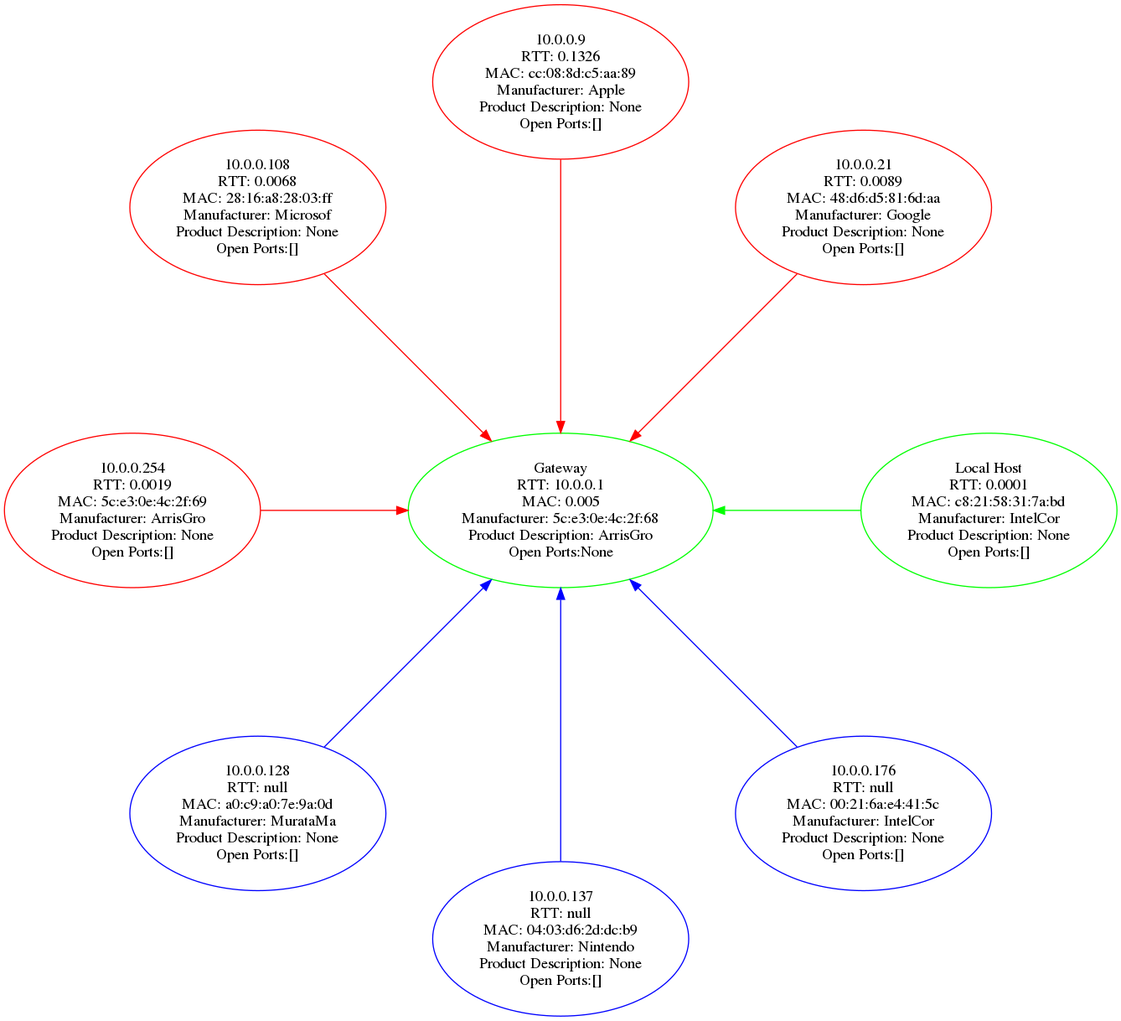
rozelie/myNet keeps this Graphviz diagram as graphviz/LANvis.gv.png. Above is the earlier version. Its source is kept beside it as graphviz/LANvis.gv.
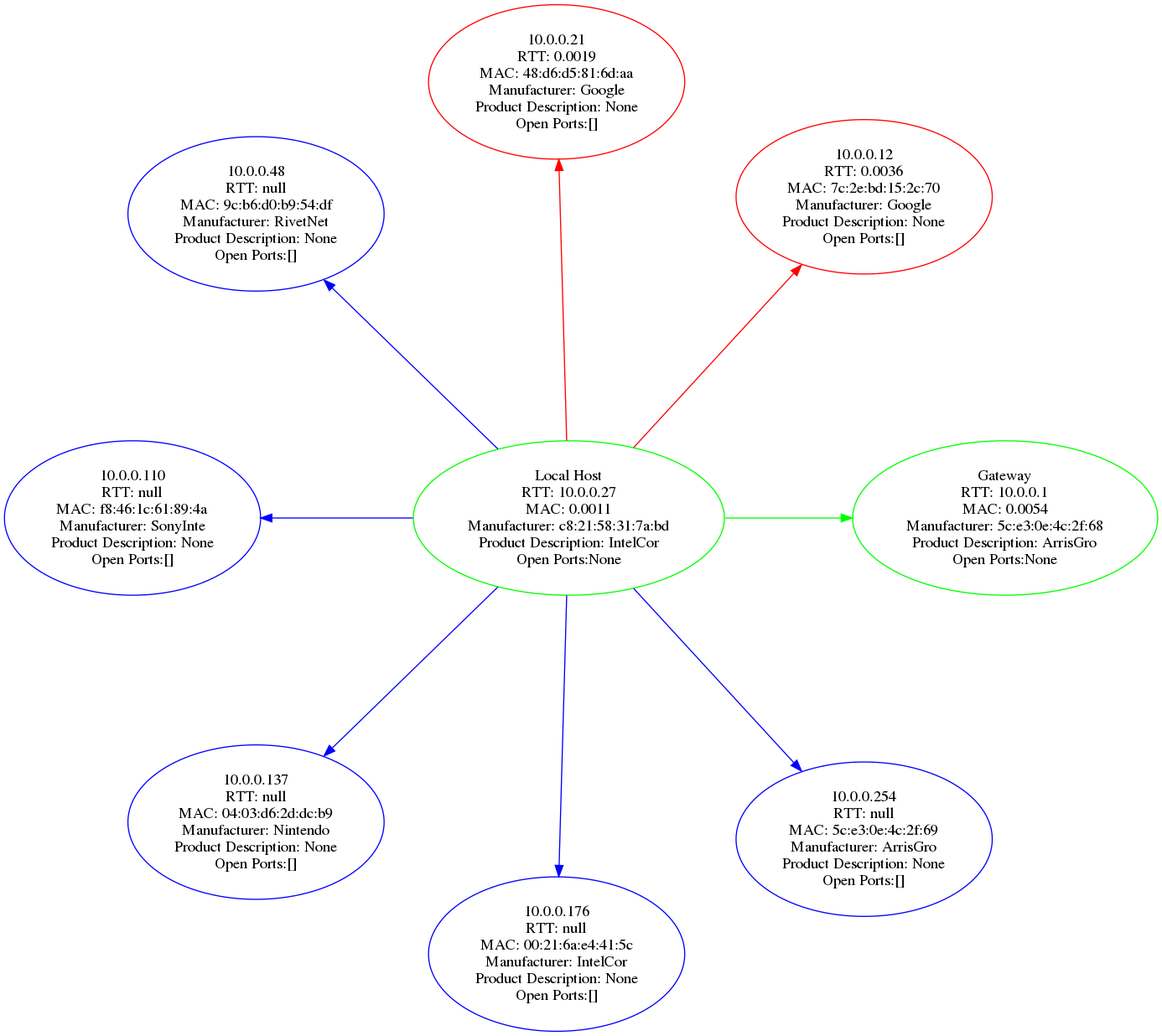
Later version of the same file.

Commit message:
Refactored viz into classes, changed lan_viz edge composition

The edit, as a diff of the source:
```diff
@@ -1,67 +1,56 @@
 digraph {
+	node [color=green]
+	"10.0.0.27" [label="Local Host
+RTT: 10.0.0.27
+MAC: 0.0011
+Manufacturer: c8:21:58:31:7a:bd
+Product Description: IntelCor
+Open Ports:None"]
 	node [color=green]
 	"10.0.0.1" [label="Gateway
 RTT: 10.0.0.1
-MAC: 0.005
+MAC: 0.0054
 Manufacturer: 5c:e3:0e:4c:2f:68
 Product Description: ArrisGro
 Open Ports:None"]
-	node [color=red]
-	edge [color=red]
-	node [color=green]
 	edge [color=green]
-	"10.0.0.27" [label="Local Host
-RTT: 0.0001
-MAC: c8:21:58:31:7a:bd
-Manufacturer: IntelCor
-Product Description: None
-Open Ports:[]"]
 	"10.0.0.27" -> "10.0.0.1"
 	node [color=red]
 	edge [color=red]
+	"10.0.0.12" [label="10.0.0.12
+RTT: 0.0036
+MAC: 7c:2e:bd:15:2c:70
+Manufacturer: Google
+Product Description: None
+Open Ports:[]"]
+	"10.0.0.27" -> "10.0.0.12"
+	node [color=red]
+	edge [color=red]
 	"10.0.0.21" [label="10.0.0.21
-RTT: 0.0089
+RTT: 0.0019
 MAC: 48:d6:d5:81:6d:aa
 Manufacturer: Google
 Product Description: None
 Open Ports:[]"]
-	"10.0.0.21" -> "10.0.0.1"
-	node [color=red]
-	edge [color=red]
-	"10.0.0.9" [label="10.0.0.9
-RTT: 0.1326
-MAC: cc:08:8d:c5:aa:89
-Manufacturer: Apple
+	"10.0.0.27" -> "10.0.0.21"
+	node [color=blue]
+	edge [color=blue]
+	"10.0.0.48" [label="10.0.0.48
+RTT: null
+MAC: 9c:b6:d0:b9:54:df
+Manufacturer: RivetNet
 Product Description: None
 Open Ports:[]"]
-	"10.0.0.9" -> "10.0.0.1"
-	node [color=red]
-	edge [color=red]
-	"10.0.0.108" [label="10.0.0.108
-RTT: 0.0068
-MAC: 28:16:a8:28:03:ff
-Manufacturer: Microsof
+	"10.0.0.27" -> "10.0.0.48"
+	node [color=blue]
+	edge [color=blue]
+	"10.0.0.110" [label="10.0.0.110
+RTT: null
+MAC: f8:46:1c:61:89:4a
+Manufacturer: SonyInte
 Product Description: None
 Open Ports:[]"]
-	"10.0.0.108" -> "10.0.0.1"
-	node [color=red]
-	edge [color=red]
-	"10.0.0.254" [label="10.0.0.254
-RTT: 0.0019
-MAC: 5c:e3:0e:4c:2f:69
-Manufacturer: ArrisGro
-Product Description: None
-Open Ports:[]"]
-	"10.0.0.254" -> "10.0.0.1"
-	node [color=blue]
-	edge [color=blue]
-	"10.0.0.128" [label="10.0.0.128
-RTT: null
-MAC: a0:c9:a0:7e:9a:0d
-Manufacturer: MurataMa
-Product Description: None
-Open Ports:[]"]
-	"10.0.0.128" -> "10.0.0.1"
+	"10.0.0.27" -> "10.0.0.110"
 	node [color=blue]
 	edge [color=blue]
 	"10.0.0.137" [label="10.0.0.137
@@ -70,7 +59,7 @@
 Manufacturer: Nintendo
 Product Description: None
 Open Ports:[]"]
-	"10.0.0.137" -> "10.0.0.1"
+	"10.0.0.27" -> "10.0.0.137"
 	node [color=blue]
 	edge [color=blue]
 	"10.0.0.176" [label="10.0.0.176
@@ -79,5 +68,14 @@
 Manufacturer: IntelCor
 Product Description: None
 Open Ports:[]"]
-	"10.0.0.176" -> "10.0.0.1"
+	"10.0.0.27" -> "10.0.0.176"
+	node [color=blue]
+	edge [color=blue]
+	"10.0.0.254" [label="10.0.0.254
+RTT: null
+MAC: 5c:e3:0e:4c:2f:69
+Manufacturer: ArrisGro
+Product Description: None
+Open Ports:[]"]
+	"10.0.0.27" -> "10.0.0.254"
 }
```
